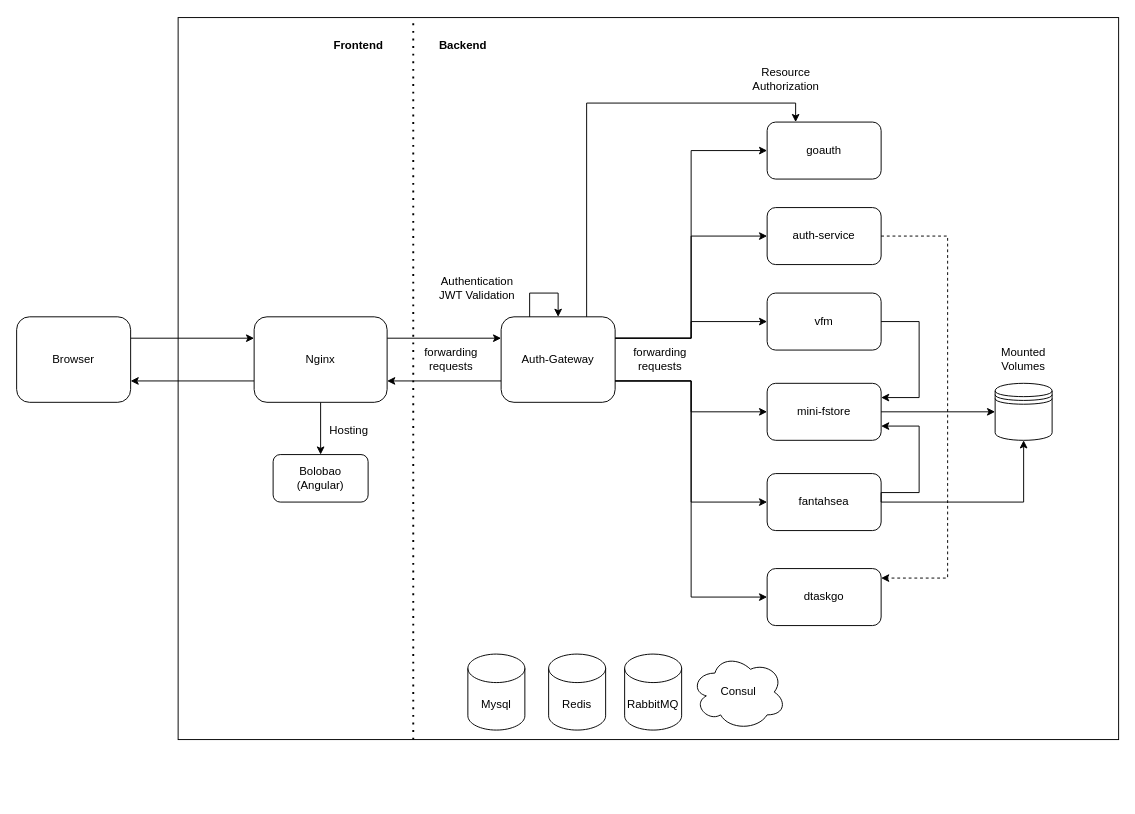
The draw.io diagram system-overview.drawio in CurtisNewbie/system-overview, before the edit. Source tidied: cells renumbered, new cells numbered last; positions are measured from the earlier drawing's top-left corner, leaving out a move shared by most shapes. Both pictures are drawn from the tidied source at 95%, with x=0, y=0 at pixel (16, 17).
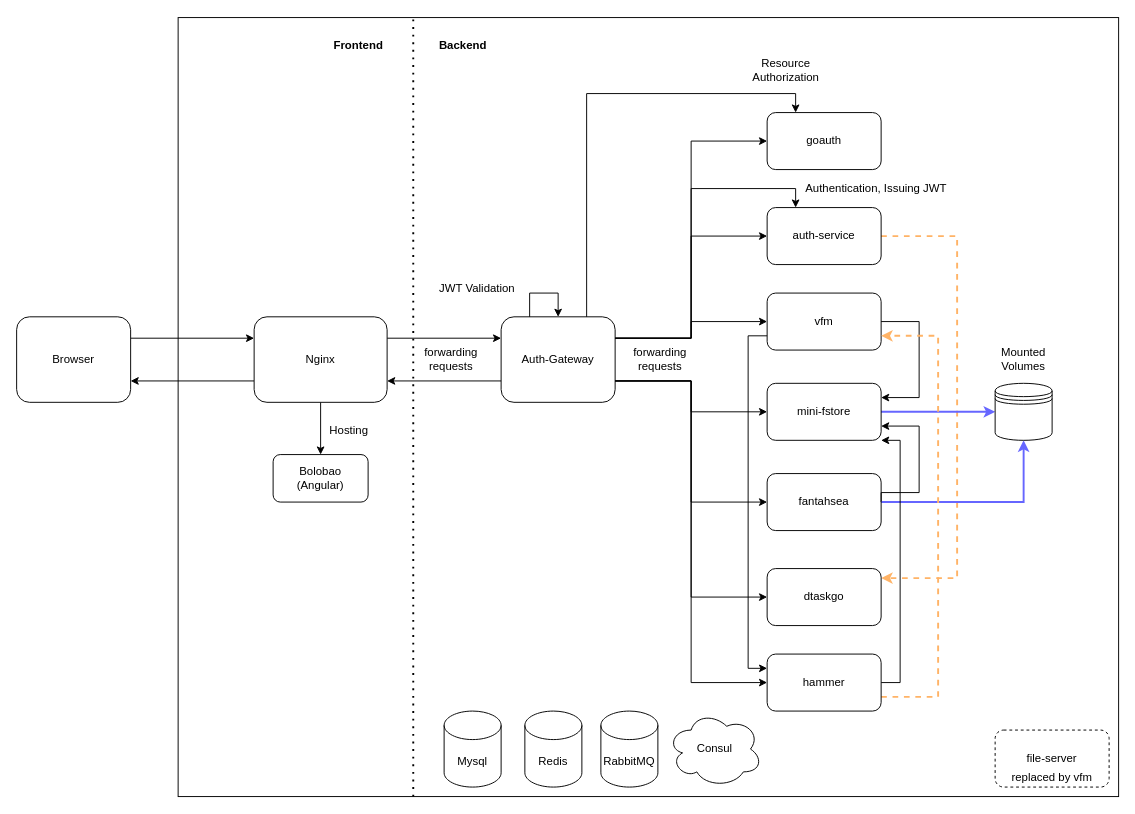
After the change.

The change refers to these unchanged cells:
```xml
<mxCell id="18" value="Auth-Gateway" style="rounded=1;whiteSpace=wrap;html=1;fillColor=none;" parent="1" vertex="1">
  <mxGeometry x="510" y="315" width="120" height="90" as="geometry" />
</mxCell>
<mxCell id="21" value="auth-service" style="rounded=1;whiteSpace=wrap;html=1;fillColor=none;" parent="1" vertex="1">
  <mxGeometry x="790" y="200" width="120" height="60" as="geometry" />
</mxCell>
<mxCell id="23" value="vfm" style="rounded=1;whiteSpace=wrap;html=1;fillColor=none;" parent="1" vertex="1">
  <mxGeometry x="790" y="290" width="120" height="60" as="geometry" />
</mxCell>
<mxCell id="25" value="mini-fstore" style="rounded=1;whiteSpace=wrap;html=1;fillColor=none;" parent="1" vertex="1">
  <mxGeometry x="790" y="385" width="120" height="60" as="geometry" />
</mxCell>
<mxCell id="28" value="fantahsea" style="rounded=1;whiteSpace=wrap;html=1;fillColor=none;" parent="1" vertex="1">
  <mxGeometry x="790" y="480" width="120" height="60" as="geometry" />
</mxCell>
<mxCell id="43" style="shape=datastore;whiteSpace=wrap;html=1;fillColor=none;" parent="1" vertex="1">
  <mxGeometry x="1030" y="385" width="60" height="60" as="geometry" />
</mxCell>
```

The edit, as a diff of the source:
```diff
@@
     <mxCell id="2" style="rounded=0;whiteSpace=wrap;html=1;fillColor=none;" parent="1" vertex="1">
-      <mxGeometry x="170" width="990" height="760" as="geometry" />
+      <mxGeometry x="170" width="990" height="820" as="geometry" />
     </mxCell>
@@
+    <mxCell id="45" style="edgeStyle=orthogonalEdgeStyle;rounded=0;jettySize=auto;html=1;exitX=1;exitY=0.75;exitDx=0;exitDy=0;entryX=0;entryY=0.5;entryDx=0;entryDy=0;" parent="1" edge="1" source="18" target="53">
+      <mxGeometry relative="1" as="geometry" />
+    </mxCell>
+    <mxCell id="46" style="edgeStyle=orthogonalEdgeStyle;rounded=0;jumpSize=6;jettySize=auto;html=1;exitX=1;exitY=0.25;exitDx=0;exitDy=0;entryX=0.25;entryY=0;entryDx=0;entryDy=0;strokeWidth=1;" parent="1" edge="1" source="18" target="21">
+      <mxGeometry relative="1" as="geometry">
+        <Array as="points">
+          <mxPoint x="710" y="338" />
+          <mxPoint x="710" y="180" />
+          <mxPoint x="820" y="180" />
+        </Array>
+      </mxGeometry>
+    </mxCell>
@@
     <mxCell id="19" value="goauth" style="rounded=1;whiteSpace=wrap;html=1;fillColor=none;" parent="1" vertex="1">
-      <mxGeometry x="790" y="110" width="120" height="60" as="geometry" />
+      <mxGeometry x="790" y="100" width="120" height="60" as="geometry" />
     </mxCell>
-    <mxCell id="20" style="edgeStyle=orthogonalEdgeStyle;rounded=0;jettySize=auto;html=1;exitX=1;exitY=0.5;exitDx=0;exitDy=0;entryX=1;entryY=0.5;entryDx=0;entryDy=0;dashed=1;" parent="1" edge="1" source="21">
+    <mxCell id="20" style="edgeStyle=orthogonalEdgeStyle;rounded=0;jettySize=auto;html=1;exitX=1;exitY=0.5;exitDx=0;exitDy=0;entryX=1;entryY=0.5;entryDx=0;entryDy=0;dashed=1;strokeColor=#FFB366;strokeWidth=2;" parent="1" edge="1" source="21">
       <mxGeometry relative="1" as="geometry">
         <mxPoint x="910" y="590" as="targetPoint" />
         <Array as="points">
-          <mxPoint x="980" y="230" />
-          <mxPoint x="980" y="590" />
+          <mxPoint x="990" y="230" />
+          <mxPoint x="990" y="590" />
         </Array>
       </mxGeometry>
     </mxCell>
@@
+    <mxCell id="47" style="edgeStyle=orthogonalEdgeStyle;rounded=0;jettySize=auto;html=1;exitX=0;exitY=0.75;exitDx=0;exitDy=0;entryX=0;entryY=0.25;entryDx=0;entryDy=0;" parent="1" edge="1" source="23" target="53">
+      <mxGeometry relative="1" as="geometry" />
+    </mxCell>
@@
-    <mxCell id="24" style="edgeStyle=orthogonalEdgeStyle;rounded=0;jettySize=auto;html=1;exitX=1;exitY=0.5;exitDx=0;exitDy=0;entryX=0;entryY=0.5;entryDx=0;entryDy=0;" parent="1" edge="1" source="25" target="43">
+    <mxCell id="24" style="edgeStyle=orthogonalEdgeStyle;rounded=0;jettySize=auto;html=1;exitX=1;exitY=0.5;exitDx=0;exitDy=0;entryX=0;entryY=0.5;entryDx=0;entryDy=0;strokeColor=#6666FF;jumpSize=6;strokeWidth=2;" parent="1" edge="1" source="25" target="43">
       <mxGeometry relative="1" as="geometry" />
     </mxCell>
@@
-    <mxCell id="27" style="edgeStyle=orthogonalEdgeStyle;rounded=0;jettySize=auto;html=1;exitX=1;exitY=0.5;exitDx=0;exitDy=0;entryX=0.5;entryY=1;entryDx=0;entryDy=0;" parent="1" edge="1" source="28" target="43">
+    <mxCell id="27" style="edgeStyle=orthogonalEdgeStyle;rounded=0;jettySize=auto;html=1;exitX=1;exitY=0.5;exitDx=0;exitDy=0;entryX=0.5;entryY=1;entryDx=0;entryDy=0;strokeColor=#6666FF;strokeWidth=2;" parent="1" edge="1" source="28" target="43">
       <mxGeometry relative="1" as="geometry" />
     </mxCell>
@@
     <mxCell id="30" value="Mysql" style="shape=cylinder3;whiteSpace=wrap;html=1;boundedLbl=1;backgroundOutline=1;size=15;fillColor=none;" parent="1" vertex="1">
-      <mxGeometry x="475" y="670" width="60" height="80" as="geometry" />
+      <mxGeometry x="450" y="730" width="60" height="80" as="geometry" />
     </mxCell>
     <mxCell id="31" value="Redis" style="shape=cylinder3;whiteSpace=wrap;html=1;boundedLbl=1;backgroundOutline=1;size=15;fillColor=none;" parent="1" vertex="1">
-      <mxGeometry x="560" y="670" width="60" height="80" as="geometry" />
+      <mxGeometry x="535" y="730" width="60" height="80" as="geometry" />
     </mxCell>
@@
-    <mxCell id="34" value="Authentication&lt;br&gt;JWT Validation" style="text;html=1;strokeColor=none;fillColor=none;align=center;verticalAlign=middle;whiteSpace=wrap;rounded=0;" parent="1" vertex="1">
+    <mxCell id="34" value="JWT Validation" style="text;html=1;strokeColor=none;fillColor=none;align=center;verticalAlign=middle;whiteSpace=wrap;rounded=0;" parent="1" vertex="1">
       <mxGeometry x="420" y="270" width="130" height="30" as="geometry" />
     </mxCell>
     <mxCell id="35" value="Resource Authorization" style="text;html=1;strokeColor=none;fillColor=none;align=center;verticalAlign=middle;whiteSpace=wrap;rounded=0;" parent="1" vertex="1">
-      <mxGeometry x="750" y="50" width="120" height="30" as="geometry" />
+      <mxGeometry x="750" y="40" width="120" height="30" as="geometry" />
     </mxCell>
@@
     <mxCell id="40" value="RabbitMQ" style="shape=cylinder3;whiteSpace=wrap;html=1;boundedLbl=1;backgroundOutline=1;size=15;fillColor=none;" parent="1" vertex="1">
-      <mxGeometry x="640" y="670" width="60" height="80" as="geometry" />
+      <mxGeometry x="615" y="730" width="60" height="80" as="geometry" />
     </mxCell>
     <mxCell id="41" value="&lt;span&gt;Consul&lt;/span&gt;" style="ellipse;shape=cloud;whiteSpace=wrap;html=1;fillColor=none;" parent="1" vertex="1">
-      <mxGeometry x="710" y="670" width="100" height="80" as="geometry" />
+      <mxGeometry x="685" y="730" width="100" height="80" as="geometry" />
     </mxCell>
@@
+    <mxCell id="48" style="group;" parent="1" vertex="1">
+      <mxGeometry x="1030" y="750" width="120" height="60" as="geometry" />
+    </mxCell>
+    <mxCell id="49" value="file-server" style="rounded=1;whiteSpace=wrap;html=1;dashed=1;" parent="48" vertex="1">
+      <mxGeometry width="120" height="60" as="geometry" />
+    </mxCell>
+    <mxCell id="50" value="replaced by vfm" style="text;html=1;strokeColor=none;fillColor=none;align=center;verticalAlign=middle;whiteSpace=wrap;rounded=0;dashed=1;" parent="48" vertex="1">
+      <mxGeometry x="10" y="40" width="100" height="20" as="geometry" />
+    </mxCell>
+    <mxCell id="51" style="edgeStyle=orthogonalEdgeStyle;rounded=0;jettySize=auto;html=1;exitX=1;exitY=0.5;exitDx=0;exitDy=0;entryX=1;entryY=1;entryDx=0;entryDy=0;" parent="1" edge="1" source="53" target="25">
+      <mxGeometry relative="1" as="geometry">
+        <Array as="points">
+          <mxPoint x="930" y="700" />
+          <mxPoint x="930" y="445" />
+        </Array>
+      </mxGeometry>
+    </mxCell>
+    <mxCell id="52" style="edgeStyle=orthogonalEdgeStyle;rounded=0;jettySize=auto;html=1;exitX=1;exitY=0.75;exitDx=0;exitDy=0;entryX=1;entryY=0.75;entryDx=0;entryDy=0;dashed=1;strokeColor=#FFB366;strokeWidth=2;" parent="1" edge="1" source="53" target="23">
+      <mxGeometry relative="1" as="geometry">
+        <Array as="points">
+          <mxPoint x="970" y="715" />
+          <mxPoint x="970" y="335" />
+        </Array>
+      </mxGeometry>
+    </mxCell>
+    <mxCell id="53" value="hammer" style="rounded=1;whiteSpace=wrap;html=1;" parent="1" vertex="1">
+      <mxGeometry x="790" y="670" width="120" height="60" as="geometry" />
+    </mxCell>
+    <mxCell id="54" value="Authentication, Issuing JWT" style="text;html=1;strokeColor=none;fillColor=none;align=center;verticalAlign=middle;whiteSpace=wrap;rounded=0;" parent="1" vertex="1">
+      <mxGeometry x="820" y="170" width="170" height="20" as="geometry" />
+    </mxCell>
```
